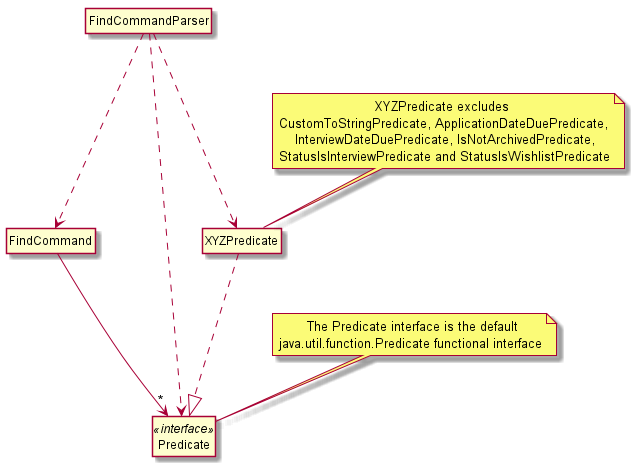
wxwxwxwx9/main keeps this PlantUML diagram as docs/images/FindClassDiagram.png. Above is the earlier version.
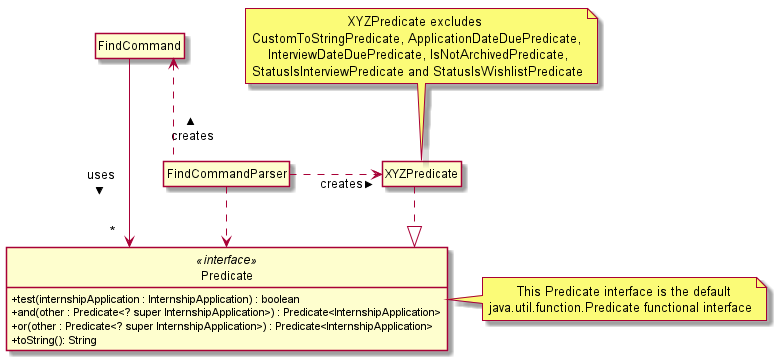
Above is the later version.

Commit message:
Update find class diagram

What changed in the source:
```diff
@@ -3,6 +3,7 @@
 hide circle
 hide empty members
 skinparam classAttributeIconSize 0
+skinparam linetype ortho
 
 Class FindCommandParser {
 
@@ -13,7 +14,10 @@
 }
 
 Class Predicate <<interface>> {
-
+    + test(internshipApplication : InternshipApplication) : boolean
+    + and(other : Predicate<? super InternshipApplication>) : Predicate<InternshipApplication>
+    + or(other : Predicate<? super InternshipApplication>) : Predicate<InternshipApplication>
+    + toString(): String
 }
 
 Class XYZPredicate {
@@ -21,7 +25,7 @@
 }
 
 note as N1
-         The Predicate interface is the default
+         This Predicate interface is the default
   java.util.function.Predicate functional interface
 end note
 
@@ -32,12 +36,12 @@
     StatusIsInterviewPredicate and StatusIsWishlistPredicate
 end note
 
-N1 .. Predicate
+N1 .left. Predicate
 N2 .. XYZPredicate
-FindCommandParser ...> XYZPredicate
-FindCommandParser ...> Predicate
-FindCommandParser ...> FindCommand
-FindCommand ---> "*" Predicate
-XYZPredicate ...|> Predicate
+FindCommandParser .right.> XYZPredicate : creates >
+FindCommandParser ..> Predicate
+FindCommandParser .left.> FindCommand : creates >
+FindCommand ---> "*" Predicate : uses >
+XYZPredicate ..|> Predicate
 
 @enduml
```
